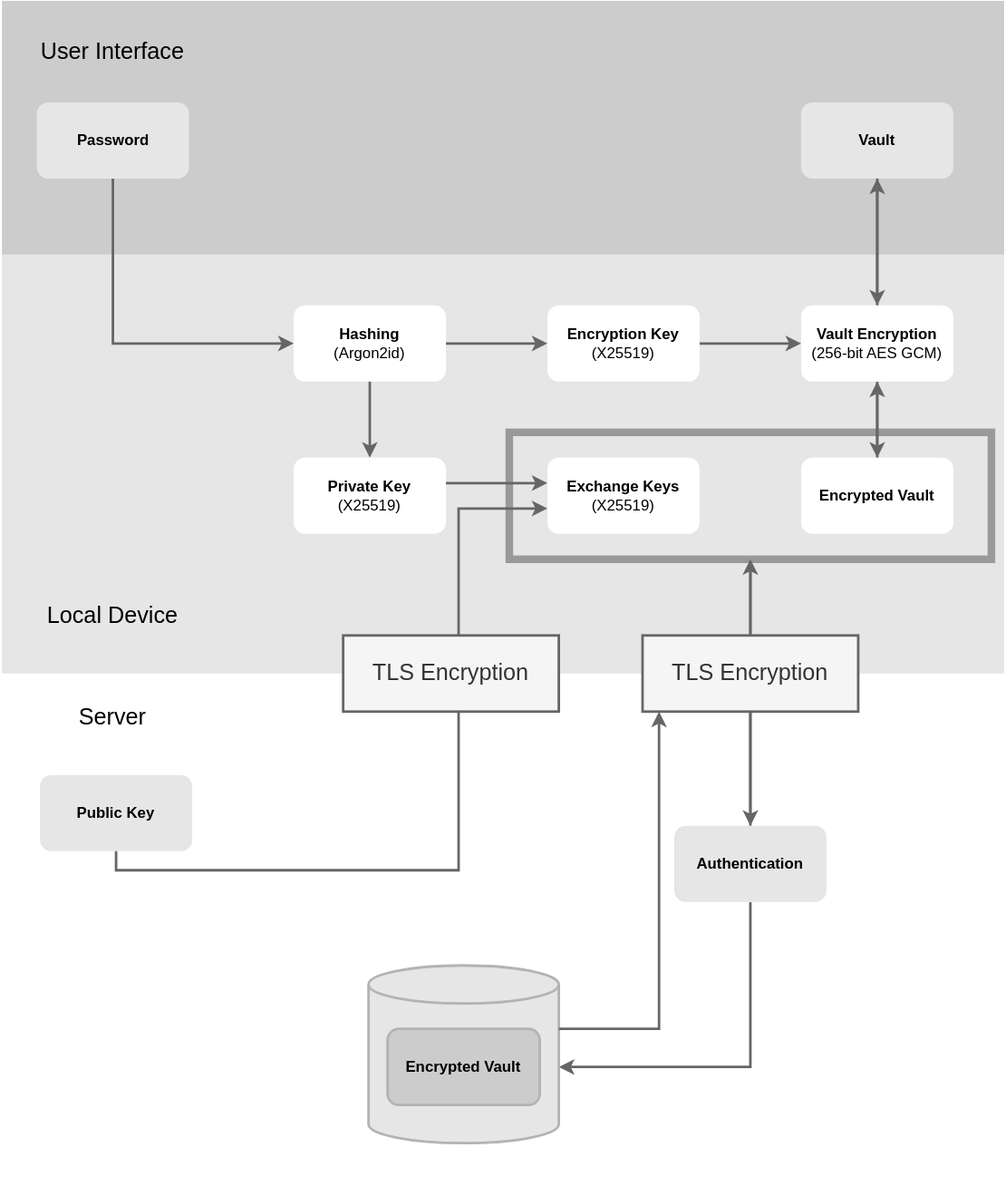
Before: diagrams/cryptography.drawio.svg, a diagram exported from draw.io (LibrePass/LibrePass-Docs). Source tidied: cells renumbered, new cells last; positions are measured from the earlier drawing's top-left corner, leaving out a move shared by most shapes.
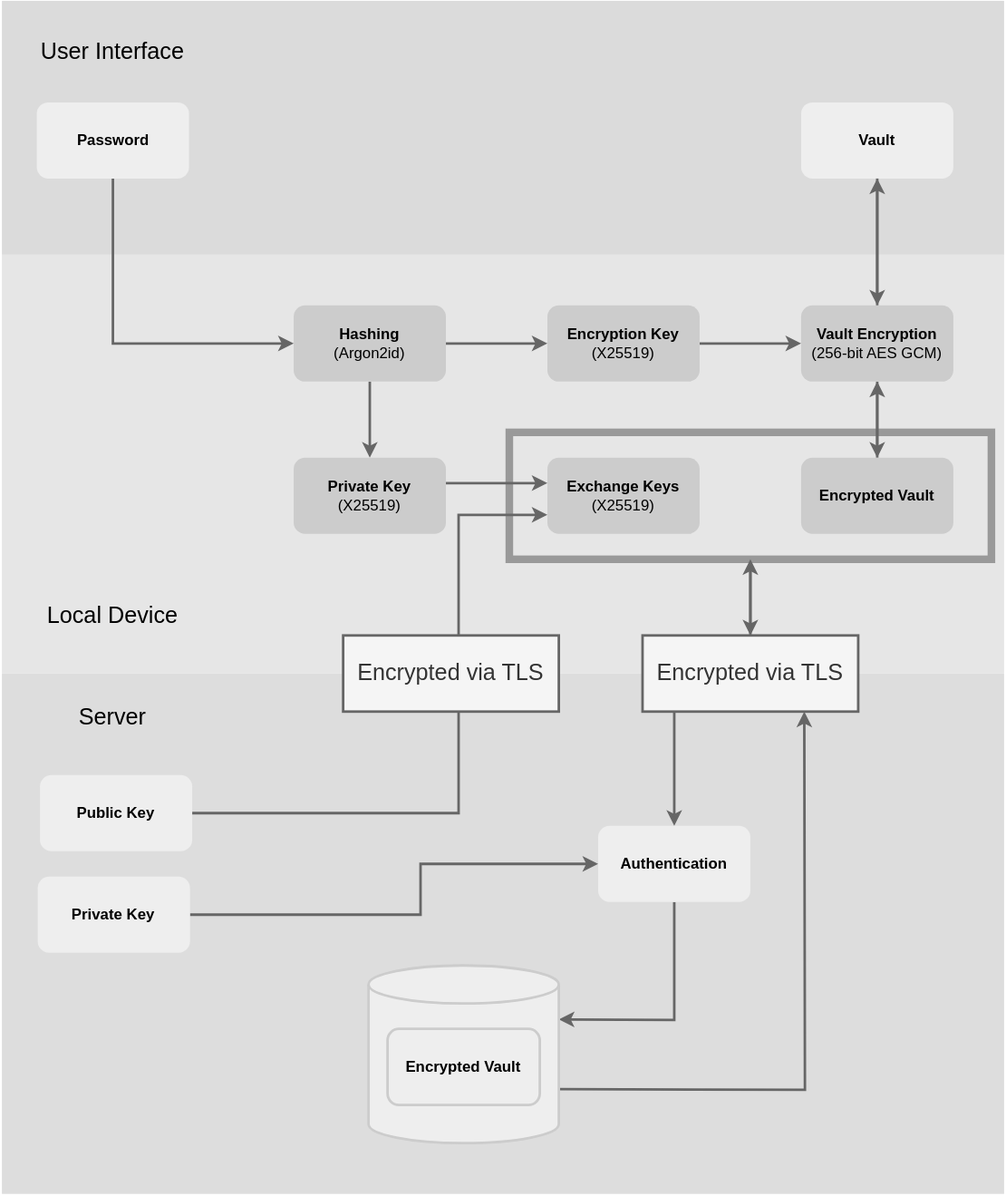
Later version of the same file.

Commit message:
Update cryptography diagram

What changed in the source:
```diff
@@ -2,30 +2,25 @@
   <root>
     <mxCell id="0" />
     <mxCell id="1" parent="0" />
-    <mxCell id="2" style="rounded=0;whiteSpace=wrap;html=1;strokeColor=none;fillColor=#CCCCCC;" parent="1" vertex="1">
+    <mxCell id="2" style="rounded=0;whiteSpace=wrap;html=1;strokeColor=none;fillColor=#DBDBDB;" parent="1" vertex="1">
       <mxGeometry width="790" height="200" as="geometry" />
     </mxCell>
-    <mxCell id="3" style="rounded=0;whiteSpace=wrap;html=1;strokeWidth=3;fillStyle=auto;strokeColor=none;" parent="1" vertex="1">
+    <mxCell id="3" style="rounded=0;whiteSpace=wrap;html=1;strokeWidth=3;fillStyle=auto;strokeColor=none;fillColor=#DDDDDD;" parent="1" vertex="1">
       <mxGeometry y="530" width="790" height="410" as="geometry" />
     </mxCell>
     <mxCell id="4" style="rounded=0;whiteSpace=wrap;html=1;fillColor=#E6E6E6;gradientColor=none;fillStyle=auto;strokeWidth=3;strokeColor=none;" parent="1" vertex="1">
       <mxGeometry y="200" width="790" height="330" as="geometry" />
     </mxCell>
-    <mxCell id="5" style="edgeStyle=orthogonalEdgeStyle;rounded=0;jettySize=auto;html=1;strokeWidth=2;strokeColor=#666666;" parent="1" edge="1" source="6" target="28">
-      <mxGeometry relative="1" as="geometry">
-        <Array as="points">
-          <mxPoint x="590" y="630" />
-          <mxPoint x="590" y="630" />
-        </Array>
-      </mxGeometry>
-    </mxCell>
+    <mxCell id="38" style="edgeStyle=none;rounded=0;html=1;entryX=0.5;entryY=0;entryDx=0;entryDy=0;strokeColor=#666666;strokeWidth=2;fontColor=#E6E6E6;" parent="1" edge="1" source="6" target="31">
+      <mxGeometry relative="1" as="geometry" />
+    </mxCell>
     <mxCell id="6" style="rounded=0;whiteSpace=wrap;html=1;strokeWidth=6;fillColor=none;strokeColor=#999999;" parent="1" vertex="1">
       <mxGeometry x="400" y="340" width="380" height="100" as="geometry" />
     </mxCell>
     <mxCell id="7" style="edgeStyle=orthogonalEdgeStyle;rounded=0;jettySize=auto;html=1;entryX=0;entryY=0.5;entryDx=0;entryDy=0;strokeWidth=2;strokeColor=#666666;exitX=0.5;exitY=1;exitDx=0;exitDy=0;" parent="1" edge="1" source="8" target="11">
       <mxGeometry relative="1" as="geometry" />
     </mxCell>
-    <mxCell id="8" value="&lt;b&gt;Password&lt;br&gt;&lt;/b&gt;" style="rounded=1;whiteSpace=wrap;html=1;strokeColor=none;fillColor=#E6E6E6;" parent="1" vertex="1">
+    <mxCell id="8" value="&lt;b&gt;Password&lt;br&gt;&lt;/b&gt;" style="rounded=1;whiteSpace=wrap;html=1;strokeColor=none;fillColor=#EEEEEE;" parent="1" vertex="1">
       <mxGeometry x="27.5" y="80" width="120" height="60" as="geometry" />
     </mxCell>
     <mxCell id="9" style="edgeStyle=orthogonalEdgeStyle;rounded=0;jettySize=auto;html=1;strokeWidth=2;strokeColor=#666666;" parent="1" edge="1" source="11" target="13">
@@ -34,16 +29,16 @@
     <mxCell id="10" style="edgeStyle=orthogonalEdgeStyle;rounded=0;jettySize=auto;html=1;strokeWidth=2;strokeColor=#666666;" parent="1" edge="1" source="11" target="22">
       <mxGeometry relative="1" as="geometry" />
     </mxCell>
-    <mxCell id="11" value="&lt;div&gt;&lt;b&gt;Hashing&lt;/b&gt;&lt;/div&gt; (Argon2id)" style="rounded=1;whiteSpace=wrap;html=1;strokeColor=none;" parent="1" vertex="1">
+    <mxCell id="11" value="&lt;div&gt;&lt;b&gt;Hashing&lt;/b&gt;&lt;/div&gt; (Argon2id)" style="rounded=1;whiteSpace=wrap;html=1;strokeColor=none;fillColor=#CCCCCC;" parent="1" vertex="1">
       <mxGeometry x="230" y="240" width="120" height="60" as="geometry" />
     </mxCell>
     <mxCell id="12" style="edgeStyle=orthogonalEdgeStyle;rounded=0;jettySize=auto;html=1;strokeColor=#666666;strokeWidth=2;" parent="1" edge="1" source="13" target="17">
       <mxGeometry relative="1" as="geometry" />
     </mxCell>
-    <mxCell id="13" value="&lt;div&gt;&lt;b&gt;Encryption Key&lt;/b&gt;&lt;/div&gt;(X25519)" style="rounded=1;whiteSpace=wrap;html=1;strokeColor=none;" parent="1" vertex="1">
+    <mxCell id="13" value="&lt;div&gt;&lt;b&gt;Encryption Key&lt;/b&gt;&lt;/div&gt;(X25519)" style="rounded=1;whiteSpace=wrap;html=1;strokeColor=none;fillColor=#CCCCCC;" parent="1" vertex="1">
       <mxGeometry x="430" y="240" width="120" height="60" as="geometry" />
     </mxCell>
-    <mxCell id="14" value="&lt;div&gt;&lt;b&gt;Exchange Keys&lt;/b&gt;&lt;/div&gt;(X25519)" style="rounded=1;whiteSpace=wrap;html=1;strokeColor=none;" parent="1" vertex="1">
+    <mxCell id="14" value="&lt;div&gt;&lt;b&gt;Exchange Keys&lt;/b&gt;&lt;/div&gt;(X25519)" style="rounded=1;whiteSpace=wrap;html=1;strokeColor=none;fillColor=#CCCCCC;" parent="1" vertex="1">
       <mxGeometry x="430" y="360" width="120" height="60" as="geometry" />
     </mxCell>
     <mxCell id="15" style="edgeStyle=orthogonalEdgeStyle;rounded=0;jettySize=auto;html=1;strokeWidth=2;strokeColor=#666666;" parent="1" edge="1" source="17" target="19">
@@ -52,13 +47,13 @@
     <mxCell id="16" style="edgeStyle=none;sketch=0;html=1;shadow=0;strokeColor=#666666;strokeWidth=2;" parent="1" edge="1" source="17" target="36">
       <mxGeometry relative="1" as="geometry" />
     </mxCell>
-    <mxCell id="17" value="&lt;div&gt;&lt;b&gt;Vault Encryption&lt;/b&gt;&lt;/div&gt;&lt;div&gt;(256-bit AES&amp;nbsp;&lt;span style=&quot;background-color: initial;&quot;&gt;GCM)&lt;/span&gt;&lt;/div&gt;" style="rounded=1;whiteSpace=wrap;html=1;strokeColor=none;" parent="1" vertex="1">
+    <mxCell id="17" value="&lt;div&gt;&lt;b&gt;Vault Encryption&lt;/b&gt;&lt;/div&gt;&lt;div&gt;(256-bit AES&amp;nbsp;&lt;span style=&quot;background-color: initial;&quot;&gt;GCM)&lt;/span&gt;&lt;/div&gt;" style="rounded=1;whiteSpace=wrap;html=1;strokeColor=none;fillColor=#CCCCCC;" parent="1" vertex="1">
       <mxGeometry x="630" y="240" width="120" height="60" as="geometry" />
     </mxCell>
     <mxCell id="18" style="edgeStyle=orthogonalEdgeStyle;rounded=0;jettySize=auto;html=1;entryX=0.5;entryY=1;entryDx=0;entryDy=0;strokeWidth=2;strokeColor=#666666;" parent="1" edge="1" source="19" target="17">
       <mxGeometry relative="1" as="geometry" />
     </mxCell>
-    <mxCell id="19" value="&lt;b&gt;Encrypted Vault&lt;br&gt;&lt;/b&gt;" style="rounded=1;whiteSpace=wrap;html=1;strokeColor=none;" parent="1" vertex="1">
+    <mxCell id="19" value="&lt;b&gt;Encrypted Vault&lt;br&gt;&lt;/b&gt;" style="rounded=1;whiteSpace=wrap;html=1;strokeColor=none;fillColor=#CCCCCC;" parent="1" vertex="1">
       <mxGeometry x="630" y="360" width="120" height="60" as="geometry" />
     </mxCell>
     <mxCell id="20" value="&lt;h2&gt;&lt;span style=&quot;font-weight: normal;&quot;&gt;Local Device&lt;/span&gt;&lt;br&gt;&lt;/h2&gt;" style="text;html=1;strokeColor=none;fillColor=none;align=center;verticalAlign=middle;whiteSpace=wrap;rounded=0;" parent="1" vertex="1">
@@ -72,76 +67,79 @@
         </Array>
       </mxGeometry>
     </mxCell>
-    <mxCell id="22" value="&lt;div&gt;&lt;b&gt;Private Key&lt;/b&gt;&lt;/div&gt;&lt;div&gt;(X25519)&lt;b&gt;&lt;br&gt;&lt;/b&gt;&lt;/div&gt;" style="rounded=1;whiteSpace=wrap;html=1;strokeColor=none;" parent="1" vertex="1">
+    <mxCell id="22" value="&lt;div&gt;&lt;b&gt;Private Key&lt;/b&gt;&lt;/div&gt;&lt;div&gt;(X25519)&lt;b&gt;&lt;br&gt;&lt;/b&gt;&lt;/div&gt;" style="rounded=1;whiteSpace=wrap;html=1;strokeColor=none;fillColor=#CCCCCC;" parent="1" vertex="1">
       <mxGeometry x="230" y="360" width="120" height="60" as="geometry" />
     </mxCell>
-    <mxCell id="23" style="edgeStyle=orthogonalEdgeStyle;rounded=0;jettySize=auto;html=1;strokeWidth=2;strokeColor=#666666;" parent="1" edge="1" source="33">
-      <mxGeometry relative="1" as="geometry">
-        <mxPoint x="430" y="400" as="targetPoint" />
-        <Array as="points">
-          <mxPoint x="360" y="400" />
-          <mxPoint x="430" y="400" />
-        </Array>
-      </mxGeometry>
-    </mxCell>
+    <mxCell id="39" style="edgeStyle=none;html=1;fontColor=#E6E6E6;entryX=0;entryY=0.75;entryDx=0;entryDy=0;rounded=0;strokeColor=#666666;strokeWidth=2;" parent="1" edge="1" source="24" target="14">
+      <mxGeometry relative="1" as="geometry">
+        <Array as="points">
+          <mxPoint x="360" y="640" />
+          <mxPoint x="360" y="405" />
+        </Array>
+      </mxGeometry>
+    </mxCell>
-    <mxCell id="24" value="&lt;b&gt;Public Key&lt;br&gt;&lt;/b&gt;" style="rounded=1;whiteSpace=wrap;html=1;strokeColor=none;fillColor=#E6E6E6;" parent="1" vertex="1">
+    <mxCell id="24" value="&lt;b&gt;Public Key&lt;br&gt;&lt;/b&gt;" style="rounded=1;whiteSpace=wrap;html=1;strokeColor=none;fillColor=#EEEEEE;" parent="1" vertex="1">
       <mxGeometry x="30" y="610" width="120" height="60" as="geometry" />
     </mxCell>
     <mxCell id="25" value="&lt;h2&gt;&lt;span style=&quot;font-weight: normal;&quot;&gt;Server&lt;/span&gt;&lt;/h2&gt;" style="text;html=1;strokeColor=none;fillColor=none;align=center;verticalAlign=middle;whiteSpace=wrap;rounded=0;" parent="1" vertex="1">
       <mxGeometry x="55" y="540" width="65" height="50" as="geometry" />
     </mxCell>
-    <mxCell id="26" style="edgeStyle=orthogonalEdgeStyle;rounded=0;jettySize=auto;html=1;entryX=0.5;entryY=1;entryDx=0;entryDy=0;strokeWidth=2;strokeColor=#666666;" parent="1" edge="1" source="28" target="6">
-      <mxGeometry relative="1" as="geometry">
-        <Array as="points">
-          <mxPoint x="590" y="630" />
-          <mxPoint x="590" y="630" />
-        </Array>
-      </mxGeometry>
-    </mxCell>
-    <mxCell id="27" style="edgeStyle=orthogonalEdgeStyle;rounded=0;jettySize=auto;html=1;strokeWidth=2;strokeColor=#666666;" parent="1" edge="1" source="28" target="29">
+    <mxCell id="27" style="edgeStyle=none;rounded=0;html=1;entryX=1;entryY=0;entryDx=0;entryDy=42.5;entryPerimeter=0;strokeColor=#666666;strokeWidth=2;fontColor=#E6E6E6;" parent="1" edge="1" source="28" target="29">
       <mxGeometry relative="1" as="geometry">
         <Array as="points">
-          <mxPoint x="590" y="840" />
+          <mxPoint x="530" y="803" />
         </Array>
       </mxGeometry>
     </mxCell>
-    <mxCell id="28" value="&lt;b&gt;Authentication&lt;/b&gt;" style="rounded=1;whiteSpace=wrap;html=1;strokeColor=none;fillColor=#E6E6E6;" parent="1" vertex="1">
-      <mxGeometry x="530" y="650" width="120" height="60" as="geometry" />
+    <mxCell id="28" value="&lt;b&gt;Authentication&lt;/b&gt;" style="rounded=1;whiteSpace=wrap;html=1;strokeColor=none;fillColor=#EEEEEE;" parent="1" vertex="1">
+      <mxGeometry x="470" y="650" width="120" height="60" as="geometry" />
     </mxCell>
+    <mxCell id="34" style="edgeStyle=none;rounded=0;html=1;entryX=0.75;entryY=1;entryDx=0;entryDy=0;strokeColor=#666666;strokeWidth=2;fontColor=#E6E6E6;exitX=1;exitY=0;exitDx=0;exitDy=97.5;exitPerimeter=0;" parent="1" edge="1" source="29" target="31">
+      <mxGeometry relative="1" as="geometry">
+        <Array as="points">
+          <mxPoint x="633" y="858" />
+        </Array>
+      </mxGeometry>
+    </mxCell>
-    <mxCell id="29" style="shape=cylinder3;whiteSpace=wrap;html=1;boundedLbl=1;backgroundOutline=1;size=15;strokeColor=#B3B3B3;fillColor=#E6E6E6;strokeWidth=2;" parent="1" vertex="1">
+    <mxCell id="29" style="shape=cylinder3;whiteSpace=wrap;html=1;boundedLbl=1;backgroundOutline=1;size=15;strokeColor=#CCCCCC;fillColor=#eee;strokeWidth=2;" parent="1" vertex="1">
       <mxGeometry x="289" y="760" width="150" height="140" as="geometry" />
     </mxCell>
-    <mxCell id="30" value="&lt;b&gt;Encrypted Vault&lt;br&gt;&lt;/b&gt;" style="rounded=1;whiteSpace=wrap;html=1;strokeColor=#B3B3B3;strokeWidth=2;fillColor=#CCCCCC;" parent="1" vertex="1">
+    <mxCell id="30" value="&lt;b&gt;Encrypted Vault&lt;br&gt;&lt;/b&gt;" style="rounded=1;whiteSpace=wrap;html=1;strokeColor=#ccc;strokeWidth=2;fillColor=#eee;" parent="1" vertex="1">
       <mxGeometry x="304" y="810" width="120" height="60" as="geometry" />
     </mxCell>
+    <mxCell id="40" style="edgeStyle=none;rounded=0;html=1;entryX=0.5;entryY=0;entryDx=0;entryDy=0;strokeColor=#666666;strokeWidth=2;fontColor=#E6E6E6;" parent="1" edge="1" target="28">
+      <mxGeometry relative="1" as="geometry">
+        <mxPoint x="530" y="550" as="sourcePoint" />
+      </mxGeometry>
+    </mxCell>
+    <mxCell id="41" style="edgeStyle=none;rounded=0;html=1;entryX=0.5;entryY=1;entryDx=0;entryDy=0;strokeColor=#666666;strokeWidth=2;fontColor=#E6E6E6;" parent="1" edge="1" source="31" target="6">
+      <mxGeometry relative="1" as="geometry" />
+    </mxCell>
-    <mxCell id="31" value="&lt;h2&gt;&lt;span style=&quot;font-weight: normal;&quot;&gt;TLS Encryption&lt;/span&gt;&lt;br&gt;&lt;/h2&gt;" style="rounded=0;whiteSpace=wrap;html=1;strokeWidth=2;fillColor=#f5f5f5;strokeColor=#666666;perimeterSpacing=0;fontColor=#333333;" parent="1" vertex="1">
+    <mxCell id="31" value="&lt;h2&gt;&lt;span style=&quot;font-weight: normal;&quot;&gt;Encrypted via TLS&lt;/span&gt;&lt;br&gt;&lt;/h2&gt;" style="rounded=0;whiteSpace=wrap;html=1;strokeWidth=2;fillColor=#f5f5f5;strokeColor=#666666;perimeterSpacing=0;fontColor=#333333;" parent="1" vertex="1">
       <mxGeometry x="505" y="500" width="170" height="60" as="geometry" />
     </mxCell>
-    <mxCell id="32" style="edgeStyle=orthogonalEdgeStyle;rounded=0;jettySize=auto;html=1;entryX=0;entryY=0.5;entryDx=0;entryDy=0;strokeWidth=2;strokeColor=#666666;" parent="1" edge="1" source="24" target="33">
-      <mxGeometry relative="1" as="geometry">
-        <Array as="points">
-          <mxPoint x="360" y="685" />
-        </Array>
-      </mxGeometry>
-    </mxCell>
-    <mxCell id="33" value="&lt;h2&gt;&lt;span style=&quot;font-weight: normal;&quot;&gt;TLS Encryption&lt;/span&gt;&lt;br&gt;&lt;/h2&gt;" style="rounded=0;whiteSpace=wrap;html=1;strokeWidth=2;fillColor=#f5f5f5;strokeColor=#666666;perimeterSpacing=0;fontColor=#333333;" parent="1" vertex="1">
+    <mxCell id="33" value="&lt;h2&gt;&lt;span style=&quot;font-weight: normal;&quot;&gt;Encrypted via TLS&lt;/span&gt;&lt;br&gt;&lt;/h2&gt;" style="rounded=0;whiteSpace=wrap;html=1;strokeWidth=2;fillColor=#f5f5f5;strokeColor=#666666;perimeterSpacing=0;fontColor=#333333;fillStyle=auto;" parent="1" vertex="1">
       <mxGeometry x="269" y="500" width="170" height="60" as="geometry" />
     </mxCell>
-    <mxCell id="34" style="edgeStyle=orthogonalEdgeStyle;rounded=0;jettySize=auto;html=1;strokeWidth=2;strokeColor=#666666;" parent="1" edge="1" source="29" target="31">
-      <mxGeometry relative="1" as="geometry">
-        <Array as="points">
-          <mxPoint x="518" y="810" />
-        </Array>
-      </mxGeometry>
-    </mxCell>
-    <mxCell id="35" value="&lt;h2&gt;&lt;span style=&quot;font-weight: normal;&quot;&gt;User Interface&lt;/span&gt;&lt;/h2&gt;" style="text;html=1;strokeColor=none;fillColor=none;align=center;verticalAlign=middle;whiteSpace=wrap;rounded=0;" parent="1" vertex="1">
+    <mxCell id="35" value="&lt;h2&gt;&lt;span style=&quot;font-weight: normal;&quot;&gt;User Interface&lt;/span&gt;&lt;/h2&gt;" style="text;html=1;align=center;verticalAlign=middle;whiteSpace=wrap;rounded=0;" parent="1" vertex="1">
       <mxGeometry x="28.2" y="20" width="118.5" height="40" as="geometry" />
     </mxCell>
-    <mxCell id="36" value="&lt;b&gt;Vault&lt;br&gt;&lt;/b&gt;" style="rounded=1;whiteSpace=wrap;html=1;strokeColor=none;fillColor=#E6E6E6;" parent="1" vertex="1">
+    <mxCell id="36" value="&lt;b&gt;Vault&lt;br&gt;&lt;/b&gt;" style="rounded=1;whiteSpace=wrap;html=1;strokeColor=none;fillColor=#EEEEEE;" parent="1" vertex="1">
       <mxGeometry x="630" y="80" width="120" height="60" as="geometry" />
     </mxCell>
     <mxCell id="37" style="edgeStyle=none;html=1;strokeWidth=2;strokeColor=#666666;" parent="1" edge="1" source="36" target="17">
       <mxGeometry relative="1" as="geometry" />
     </mxCell>
+    <mxCell id="42" style="edgeStyle=none;rounded=0;html=1;strokeColor=#666666;strokeWidth=2;fontColor=#E6E6E6;entryX=0;entryY=0.5;entryDx=0;entryDy=0;" parent="1" edge="1" source="43" target="28">
+      <mxGeometry relative="1" as="geometry">
+        <Array as="points">
+          <mxPoint x="330" y="720" />
+          <mxPoint x="330" y="680" />
+        </Array>
+      </mxGeometry>
+    </mxCell>
+    <mxCell id="43" value="&lt;b&gt;Private Key&lt;br&gt;&lt;/b&gt;" style="rounded=1;whiteSpace=wrap;html=1;strokeColor=none;fillColor=#EEEEEE;" parent="1" vertex="1">
+      <mxGeometry x="28.2" y="690" width="120" height="60" as="geometry" />
+    </mxCell>
   </root>
 </mxGraphModel>
```
